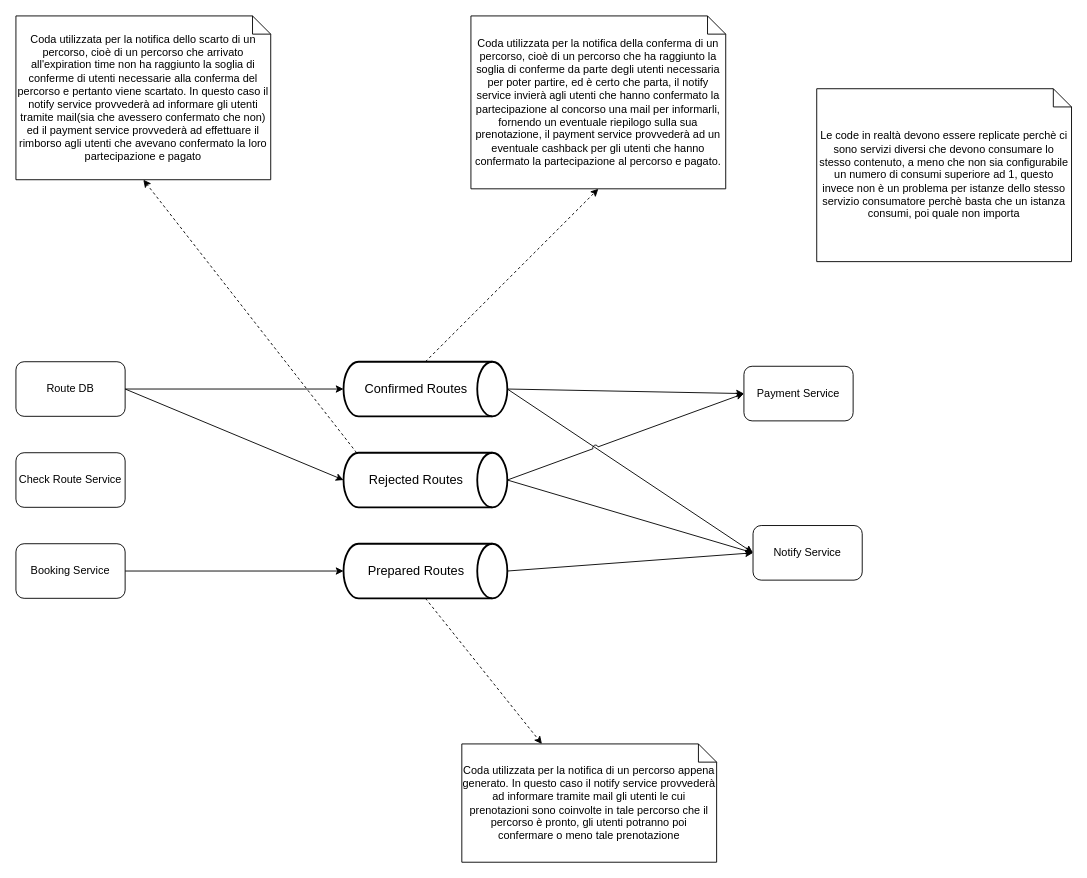
LucaFalasca/Bus4You keeps this draw.io diagram as docs/RabbitMQNotification.drawio. Above is the earlier version. Source tidied: cells renumbered, new cells numbered last; positions are measured from the earlier drawing's top-left corner, leaving out a move shared by most shapes. Both pictures are drawn from the tidied source at 91%, with x=0, y=0 at pixel (15, 15).
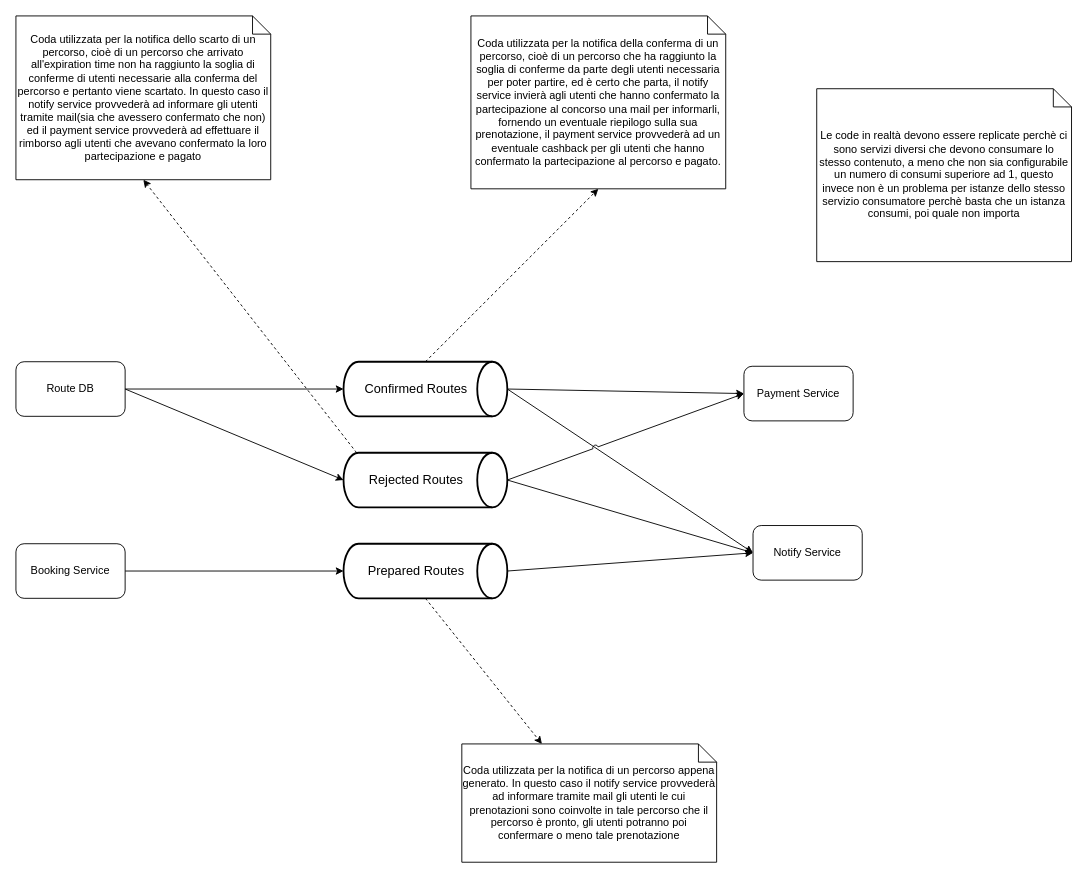
After the change.

Change to the diagram source:
```diff
@@
-    <mxCell id="9" value="Check Route Service" style="rounded=1;whiteSpace=wrap;html=1;" parent="1" vertex="1">
-      <mxGeometry y="480" width="120" height="60" as="geometry" />
-    </mxCell>
```
